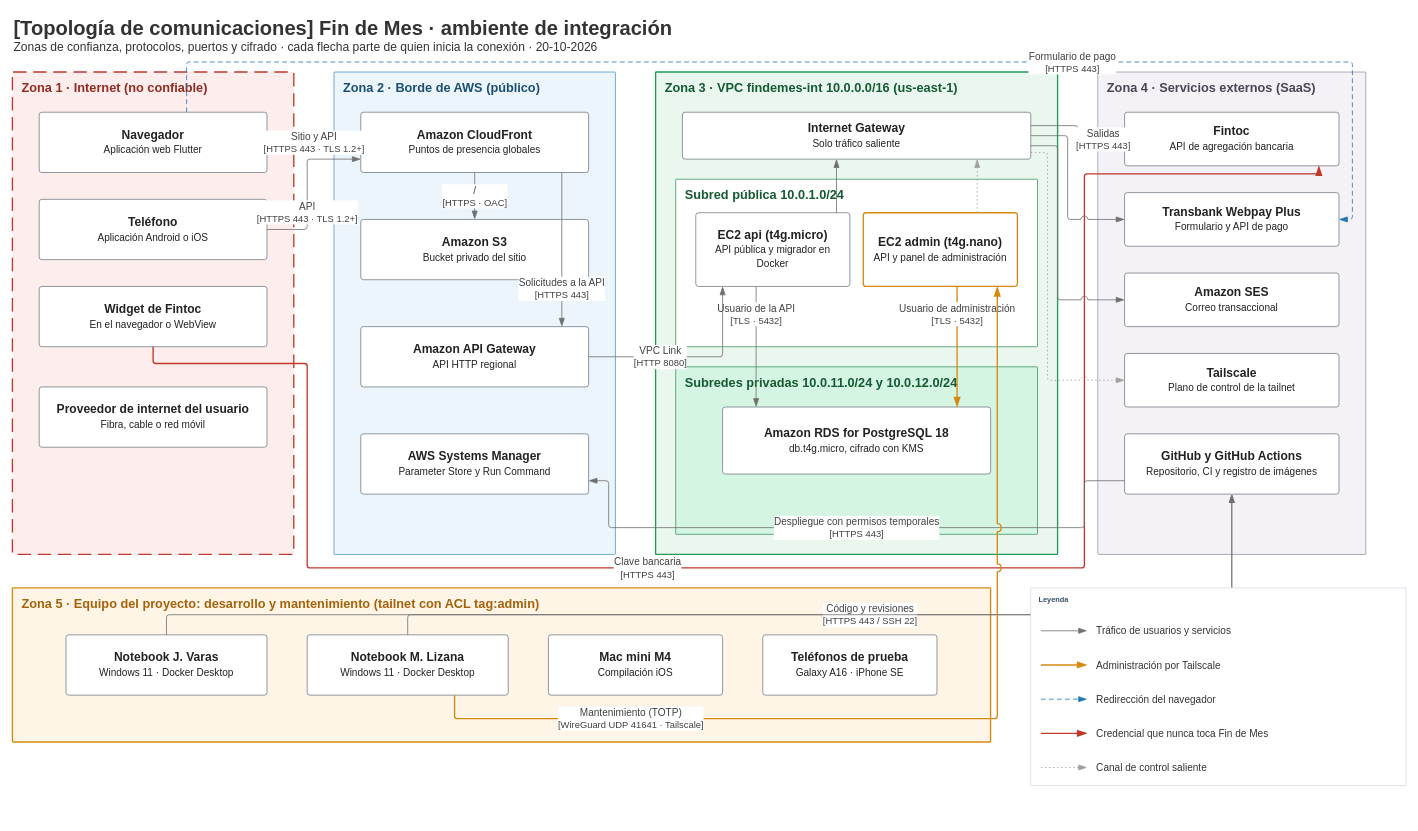
The draw.io diagram docs/diagrams/architecture/topologia-comunicaciones.drawio in offlnr/findemes, before the edit. Source tidied: cells renumbered, new cells numbered last; positions are measured from the earlier drawing's top-left corner, leaving out a move shared by most shapes. Both pictures are drawn from the tidied source at 67%, with x=0, y=0 at pixel (12, 11).
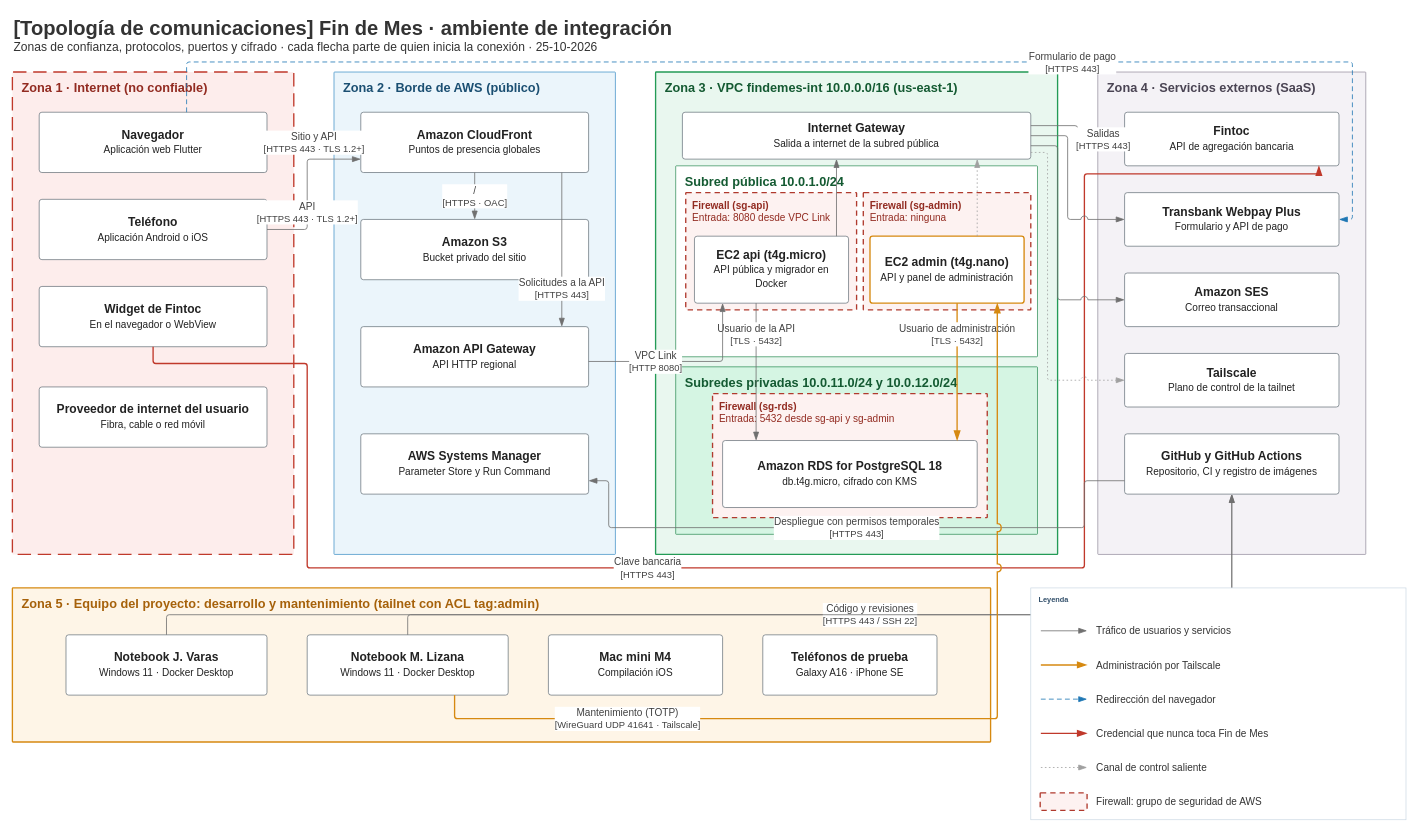
Above is the later version.

The change refers to these unchanged cells:
```xml
<mxCell id="11" value="&lt;b&gt;Amazon API Gateway&lt;/b&gt;&lt;br&gt;&lt;span style=&quot;font-size:15px&quot;&gt;API HTTP regional&lt;/span&gt;" style="rounded=1;whiteSpace=wrap;html=1;arcSize=8;absoluteArcSize=1;fillColor=#FFFFFF;strokeColor=#5B6770;fontColor=#222222;fontSize=18;spacing=6;" parent="8" vertex="1">
  <mxGeometry x="40" y="380" width="340" height="90" as="geometry" />
</mxCell>
<mxCell id="13" value="Zona 3 · VPC findemes-int 10.0.0.0/16 (us-east-1)" style="rounded=1;arcSize=2;absoluteArcSize=1;whiteSpace=wrap;html=1;align=left;verticalAlign=top;spacingLeft=12;spacingTop=6;fontSize=19;fontStyle=1;fillColor=#E9F7EF;strokeColor=#239B56;fontColor=#145A32;strokeWidth=2;" parent="1" vertex="1">
  <mxGeometry x="960" y="90" width="600" height="720" as="geometry" />
</mxCell>
<mxCell id="18" value="Subredes privadas 10.0.11.0/24 y 10.0.12.0/24" style="rounded=1;arcSize=2;absoluteArcSize=1;whiteSpace=wrap;html=1;align=left;verticalAlign=top;spacingLeft=12;spacingTop=6;fontSize=19;fontStyle=1;fillColor=#D5F5E3;strokeColor=#1E8449;fontColor=#145A32;" parent="13" vertex="1">
  <mxGeometry x="30" y="440" width="540" height="250" as="geometry" />
</mxCell>
<mxCell id="28" value="&lt;b&gt;Notebook M. Lizana&lt;/b&gt;&lt;br&gt;&lt;span style=&quot;font-size:15px&quot;&gt;Windows 11 · Docker Desktop&lt;/span&gt;" style="rounded=1;whiteSpace=wrap;html=1;arcSize=8;absoluteArcSize=1;fillColor=#FFFFFF;strokeColor=#5B6770;fontColor=#222222;fontSize=18;spacing=6;" parent="26" vertex="1">
  <mxGeometry x="440" y="70" width="300" height="90" as="geometry" />
</mxCell>
```

The edit, as a diff of the source:
```diff
@@
-    <mxCell id="2" value="&lt;span style=&quot;font-size:30px&quot;&gt;&lt;b&gt;[Topología de comunicaciones] Fin de Mes · ambiente de integración&lt;/b&gt;&lt;/span&gt;&lt;br&gt;&lt;span style=&quot;font-size:18px&quot;&gt;Zonas de confianza, protocolos, puertos y cifrado · cada flecha parte de quien inicia la conexión · 20-10-2026&lt;/span&gt;" style="text;html=1;whiteSpace=wrap;align=left;verticalAlign=top;fontColor=#333333;" parent="1" vertex="1">
+    <mxCell id="2" value="&lt;span style=&quot;font-size:30px&quot;&gt;&lt;b&gt;[Topología de comunicaciones] Fin de Mes · ambiente de integración&lt;/b&gt;&lt;/span&gt;&lt;br&gt;&lt;span style=&quot;font-size:18px&quot;&gt;Zonas de confianza, protocolos, puertos y cifrado · cada flecha parte de quien inicia la conexión · 25-10-2026&lt;/span&gt;" style="text;html=1;whiteSpace=wrap;align=left;verticalAlign=top;fontColor=#333333;" parent="1" vertex="1">
       <mxGeometry width="1900" height="90" as="geometry" />
     </mxCell>
@@
-    <mxCell id="14" value="&lt;b&gt;Internet Gateway&lt;/b&gt;&lt;br&gt;&lt;span style=&quot;font-size:15px&quot;&gt;Solo tráfico saliente&lt;/span&gt;" style="rounded=1;whiteSpace=wrap;html=1;arcSize=8;absoluteArcSize=1;fillColor=#FFFFFF;strokeColor=#5B6770;fontColor=#222222;fontSize=18;spacing=6;" parent="13" vertex="1">
+    <mxCell id="14" value="&lt;b&gt;Internet Gateway&lt;/b&gt;&lt;br&gt;&lt;span style=&quot;font-size:15px&quot;&gt;Salida a internet de la subred pública&lt;/span&gt;" style="rounded=1;whiteSpace=wrap;html=1;arcSize=8;absoluteArcSize=1;fillColor=#FFFFFF;strokeColor=#5B6770;fontColor=#222222;fontSize=18;spacing=6;" parent="13" vertex="1">
       <mxGeometry x="40" y="60" width="520" height="70" as="geometry" />
     </mxCell>
     <mxCell id="15" value="Subred pública 10.0.1.0/24" style="rounded=1;arcSize=2;absoluteArcSize=1;whiteSpace=wrap;html=1;align=left;verticalAlign=top;spacingLeft=12;spacingTop=6;fontSize=19;fontStyle=1;fillColor=#FFFFFF;strokeColor=#1E8449;fontColor=#145A32;" parent="13" vertex="1">
-      <mxGeometry x="30" y="160" width="540" height="250" as="geometry" />
+      <mxGeometry x="30" y="140" width="540" height="285" as="geometry" />
     </mxCell>
+    <mxCell id="71" value="&lt;b&gt;Firewall (sg-api)&lt;/b&gt;&lt;br&gt;Entrada: 8080 desde VPC Link" style="rounded=1;arcSize=2;absoluteArcSize=1;whiteSpace=wrap;html=1;fillColor=#FDF2F1;strokeColor=#B03A2E;fontColor=#922B21;dashed=1;dashPattern=4 3;strokeWidth=2;align=left;verticalAlign=top;spacingLeft=8;spacingTop=4;fontSize=15;" parent="15" vertex="1">
+      <mxGeometry x="15" y="40" width="255" height="175" as="geometry" />
+    </mxCell>
-    <mxCell id="16" value="&lt;b&gt;EC2 api (t4g.micro)&lt;/b&gt;&lt;br&gt;&lt;span style=&quot;font-size:15px&quot;&gt;API pública y migrador en Docker&lt;/span&gt;" style="rounded=1;whiteSpace=wrap;html=1;arcSize=8;absoluteArcSize=1;fillColor=#FFFFFF;strokeColor=#5B6770;fontColor=#222222;fontSize=18;spacing=6;" parent="15" vertex="1">
-      <mxGeometry x="30" y="50" width="230" height="110" as="geometry" />
+    <mxCell id="16" value="&lt;b&gt;EC2 api (t4g.micro)&lt;/b&gt;&lt;br&gt;&lt;span style=&quot;font-size:15px&quot;&gt;API pública y migrador en Docker&lt;/span&gt;" style="rounded=1;whiteSpace=wrap;html=1;arcSize=8;absoluteArcSize=1;fillColor=#FFFFFF;strokeColor=#5B6770;fontColor=#222222;fontSize=18;spacing=6;" parent="71" vertex="1">
+      <mxGeometry x="13" y="65" width="230" height="100" as="geometry" />
     </mxCell>
+    <mxCell id="72" value="&lt;b&gt;Firewall (sg-admin)&lt;/b&gt;&lt;br&gt;Entrada: ninguna" style="rounded=1;arcSize=2;absoluteArcSize=1;whiteSpace=wrap;html=1;fillColor=#FDF2F1;strokeColor=#B03A2E;fontColor=#922B21;dashed=1;dashPattern=4 3;strokeWidth=2;align=left;verticalAlign=top;spacingLeft=8;spacingTop=4;fontSize=15;" parent="15" vertex="1">
+      <mxGeometry x="280" y="40" width="250" height="175" as="geometry" />
+    </mxCell>
-    <mxCell id="17" value="&lt;b&gt;EC2 admin (t4g.nano)&lt;/b&gt;&lt;br&gt;&lt;span style=&quot;font-size:15px&quot;&gt;API y panel de administración&lt;/span&gt;" style="rounded=1;whiteSpace=wrap;html=1;arcSize=8;absoluteArcSize=1;fillColor=#FFFFFF;strokeColor=#5B6770;fontColor=#222222;fontSize=18;spacing=6;strokeColor=#D68910;strokeWidth=2;" parent="15" vertex="1">
-      <mxGeometry x="280" y="50" width="230" height="110" as="geometry" />
+    <mxCell id="17" value="&lt;b&gt;EC2 admin (t4g.nano)&lt;/b&gt;&lt;br&gt;&lt;span style=&quot;font-size:15px&quot;&gt;API y panel de administración&lt;/span&gt;" style="rounded=1;whiteSpace=wrap;html=1;arcSize=8;absoluteArcSize=1;fillColor=#FFFFFF;strokeColor=#5B6770;fontColor=#222222;fontSize=18;spacing=6;strokeColor=#D68910;strokeWidth=2;" parent="72" vertex="1">
+      <mxGeometry x="10" y="65" width="230" height="100" as="geometry" />
     </mxCell>
@@
+    <mxCell id="73" value="&lt;b&gt;Firewall (sg-rds)&lt;/b&gt;&lt;br&gt;Entrada: 5432 desde sg-api y sg-admin" style="rounded=1;arcSize=2;absoluteArcSize=1;whiteSpace=wrap;html=1;fillColor=#FDF2F1;strokeColor=#B03A2E;fontColor=#922B21;dashed=1;dashPattern=4 3;strokeWidth=2;align=left;verticalAlign=top;spacingLeft=8;spacingTop=4;fontSize=15;" parent="18" vertex="1">
+      <mxGeometry x="55" y="40" width="410" height="185" as="geometry" />
+    </mxCell>
-    <mxCell id="19" value="&lt;b&gt;Amazon RDS for PostgreSQL 18&lt;/b&gt;&lt;br&gt;&lt;span style=&quot;font-size:15px&quot;&gt;db.t4g.micro, cifrado con KMS&lt;/span&gt;" style="rounded=1;whiteSpace=wrap;html=1;arcSize=8;absoluteArcSize=1;fillColor=#FFFFFF;strokeColor=#5B6770;fontColor=#222222;fontSize=18;spacing=6;" parent="18" vertex="1">
-      <mxGeometry x="70" y="60" width="400" height="100" as="geometry" />
+    <mxCell id="19" value="&lt;b&gt;Amazon RDS for PostgreSQL 18&lt;/b&gt;&lt;br&gt;&lt;span style=&quot;font-size:15px&quot;&gt;db.t4g.micro, cifrado con KMS&lt;/span&gt;" style="rounded=1;whiteSpace=wrap;html=1;arcSize=8;absoluteArcSize=1;fillColor=#FFFFFF;strokeColor=#5B6770;fontColor=#222222;fontSize=18;spacing=6;" parent="73" vertex="1">
+      <mxGeometry x="15" y="70" width="380" height="100" as="geometry" />
     </mxCell>
@@
-    <mxCell id="37" value="VPC Link&lt;br&gt;&lt;span style=&quot;font-size:14px&quot;&gt;[HTTP 8080]&lt;/span&gt;" style="endArrow=blockThin;endFill=1;endSize=10;html=1;fontSize=15;fontColor=#404040;strokeColor=#707070;strokeWidth=1.2;rounded=1;arcSize=8;edgeStyle=orthogonalEdgeStyle;jumpStyle=arc;jumpSize=10;labelBackgroundColor=#FFFFFF;exitX=1;exitY=0.5;exitDx=0;exitDy=0;entryX=0.1739;entryY=1;entryDx=0;entryDy=0;" parent="1" edge="1" source="11" target="16">
+    <mxCell id="37" value="VPC Link&lt;br&gt;&lt;span style=&quot;font-size:14px&quot;&gt;[HTTP 8080]&lt;/span&gt;" style="endArrow=blockThin;endFill=1;endSize=10;html=1;fontSize=15;fontColor=#404040;strokeColor=#707070;strokeWidth=1.2;rounded=1;arcSize=8;edgeStyle=orthogonalEdgeStyle;jumpStyle=arc;jumpSize=10;labelBackgroundColor=#FFFFFF;exitX=1;exitY=0.5778;exitDx=0;exitDy=0;entryX=0.1826;entryY=1;entryDx=0;entryDy=0;" parent="1" edge="1" source="11" target="16">
       <mxGeometry x="-0.3" relative="1" as="geometry">
         <Array as="points">
-          <mxPoint x="1060" y="515" />
+          <mxPoint x="1060" y="522" />
         </Array>
       </mxGeometry>
     </mxCell>
-    <mxCell id="38" value="Usuario de la API&lt;br&gt;&lt;span style=&quot;font-size:14px&quot;&gt;[TLS · 5432]&lt;/span&gt;" style="endArrow=blockThin;endFill=1;endSize=10;html=1;fontSize=15;fontColor=#404040;strokeColor=#707070;strokeWidth=1.2;rounded=1;arcSize=8;edgeStyle=orthogonalEdgeStyle;jumpStyle=arc;jumpSize=10;labelBackgroundColor=#FFFFFF;exitX=0.3913;exitY=1;exitDx=0;exitDy=0;entryX=0.125;entryY=0;entryDx=0;entryDy=0;" parent="13" edge="1" source="16" target="19">
+    <mxCell id="38" value="Usuario de la API&lt;br&gt;&lt;span style=&quot;font-size:14px&quot;&gt;[TLS · 5432]&lt;/span&gt;" style="endArrow=blockThin;endFill=1;endSize=10;html=1;fontSize=15;fontColor=#404040;strokeColor=#707070;strokeWidth=1.2;rounded=1;arcSize=8;edgeStyle=orthogonalEdgeStyle;jumpStyle=arc;jumpSize=10;labelBackgroundColor=#FFFFFF;exitX=0.4;exitY=1;exitDx=0;exitDy=0;entryX=0.1316;entryY=0;entryDx=0;entryDy=0;" parent="13" edge="1" source="16" target="19">
       <mxGeometry x="-0.55" relative="1" as="geometry" />
     </mxCell>
-    <mxCell id="39" value="Usuario de administración&lt;br&gt;&lt;span style=&quot;font-size:14px&quot;&gt;[TLS · 5432]&lt;/span&gt;" style="endArrow=blockThin;endFill=1;endSize=10;html=1;fontSize=15;fontColor=#404040;strokeColor=#D68910;strokeWidth=2;rounded=1;arcSize=8;edgeStyle=orthogonalEdgeStyle;jumpStyle=arc;jumpSize=10;labelBackgroundColor=#FFFFFF;exitX=0.6087;exitY=1;exitDx=0;exitDy=0;entryX=0.875;entryY=0;entryDx=0;entryDy=0;" parent="13" edge="1" source="17" target="19">
+    <mxCell id="39" value="Usuario de administración&lt;br&gt;&lt;span style=&quot;font-size:14px&quot;&gt;[TLS · 5432]&lt;/span&gt;" style="endArrow=blockThin;endFill=1;endSize=10;html=1;fontSize=15;fontColor=#404040;strokeColor=#D68910;strokeWidth=2;rounded=1;arcSize=8;edgeStyle=orthogonalEdgeStyle;jumpStyle=arc;jumpSize=10;labelBackgroundColor=#FFFFFF;exitX=0.5652;exitY=1;exitDx=0;exitDy=0;entryX=0.9211;entryY=0;entryDx=0;entryDy=0;" parent="13" edge="1" source="17" target="19">
       <mxGeometry x="-0.55" relative="1" as="geometry" />
     </mxCell>
-    <mxCell id="40" style="endArrow=blockThin;endFill=1;endSize=10;html=1;fontSize=15;fontColor=#404040;strokeColor=#707070;strokeWidth=1.2;rounded=1;arcSize=8;edgeStyle=orthogonalEdgeStyle;jumpStyle=arc;jumpSize=10;labelBackgroundColor=#FFFFFF;exitX=0.913;exitY=0;exitDx=0;exitDy=0;entryX=0.4423;entryY=1;entryDx=0;entryDy=0;" parent="13" edge="1" source="16" target="14">
+    <mxCell id="40" style="endArrow=blockThin;endFill=1;endSize=10;html=1;fontSize=15;fontColor=#404040;strokeColor=#707070;strokeWidth=1.2;rounded=1;arcSize=8;edgeStyle=orthogonalEdgeStyle;jumpStyle=arc;jumpSize=10;labelBackgroundColor=#FFFFFF;exitX=0.9217;exitY=0;exitDx=0;exitDy=0;entryX=0.4423;entryY=1;entryDx=0;entryDy=0;" parent="13" edge="1" source="16" target="14">
       <mxGeometry relative="1" as="geometry" />
     </mxCell>
-    <mxCell id="41" style="endArrow=blockThin;endFill=1;endSize=10;html=1;fontSize=15;fontColor=#404040;strokeColor=#A0A0A0;strokeWidth=1.2;rounded=1;arcSize=8;edgeStyle=orthogonalEdgeStyle;jumpStyle=arc;jumpSize=10;labelBackgroundColor=#FFFFFF;dashed=1;dashPattern=2 3;exitX=0.7391;exitY=0;exitDx=0;exitDy=0;entryX=0.8462;entryY=1;entryDx=0;entryDy=0;" parent="13" edge="1" source="17" target="14">
+    <mxCell id="41" style="endArrow=blockThin;endFill=1;endSize=10;html=1;fontSize=15;fontColor=#404040;strokeColor=#A0A0A0;strokeWidth=1.2;rounded=1;arcSize=8;edgeStyle=orthogonalEdgeStyle;jumpStyle=arc;jumpSize=10;labelBackgroundColor=#FFFFFF;dashed=1;dashPattern=2 3;exitX=0.6957;exitY=0;exitDx=0;exitDy=0;entryX=0.8462;entryY=1;entryDx=0;entryDy=0;" parent="13" edge="1" source="17" target="14">
       <mxGeometry relative="1" as="geometry" />
     </mxCell>
@@
-    <mxCell id="49" value="Mantenimiento (TOTP)&lt;br&gt;&lt;span style=&quot;font-size:14px&quot;&gt;[WireGuard UDP 41641 · Tailscale]&lt;/span&gt;" style="endArrow=blockThin;endFill=1;endSize=10;html=1;fontSize=15;fontColor=#404040;strokeColor=#D68910;strokeWidth=2;rounded=1;arcSize=8;edgeStyle=orthogonalEdgeStyle;jumpStyle=arc;jumpSize=10;labelBackgroundColor=#FFFFFF;exitX=0.7333;exitY=1;exitDx=0;exitDy=0;entryX=0.8696;entryY=1;entryDx=0;entryDy=0;" parent="1" edge="1" source="28" target="17">
+    <mxCell id="49" value="Mantenimiento (TOTP)&lt;br&gt;&lt;span style=&quot;font-size:14px&quot;&gt;[WireGuard UDP 41641 · Tailscale]&lt;/span&gt;" style="endArrow=blockThin;endFill=1;endSize=10;html=1;fontSize=15;fontColor=#404040;strokeColor=#D68910;strokeWidth=2;rounded=1;arcSize=8;edgeStyle=orthogonalEdgeStyle;jumpStyle=arc;jumpSize=10;labelBackgroundColor=#FFFFFF;exitX=0.7333;exitY=1;exitDx=0;exitDy=0;entryX=0.8261;entryY=1;entryDx=0;entryDy=0;" parent="1" edge="1" source="28" target="17">
       <mxGeometry x="-0.6" relative="1" as="geometry">
         <Array as="points">
           <mxPoint x="660" y="1055" />
           <mxPoint x="1470" y="1055" />
         </Array>
       </mxGeometry>
     </mxCell>
     <mxCell id="50" value="&lt;b&gt;Leyenda&lt;/b&gt;" style="rounded=0;whiteSpace=wrap;html=1;fillColor=#FFFFFF;strokeColor=#C9D6E2;fontColor=#33506B;align=left;verticalAlign=top;spacingLeft=10;spacingTop=4;fontSize=11;fontStyle=1;" parent="1" vertex="1">
-      <mxGeometry x="1520" y="860" width="560" height="295" as="geometry" />
+      <mxGeometry x="1520" y="860" width="560" height="346" as="geometry" />
     </mxCell>
@@
+    <mxCell id="74" style="rounded=1;arcSize=2;absoluteArcSize=1;whiteSpace=wrap;html=1;fillColor=#FDF2F1;strokeColor=#B03A2E;fontColor=#922B21;dashed=1;dashPattern=4 3;strokeWidth=2;align=left;verticalAlign=top;spacingLeft=8;spacingTop=4;fontSize=15;" parent="50" vertex="1">
+      <mxGeometry x="14" y="306" width="70" height="26" as="geometry" />
+    </mxCell>
+    <mxCell id="75" value="Firewall: grupo de seguridad de AWS" style="text;html=1;whiteSpace=wrap;align=left;verticalAlign=top;fontColor=#333333;verticalAlign=middle;fontSize=15;" parent="50" vertex="1">
+      <mxGeometry x="96" y="304" width="454" height="30" as="geometry" />
+    </mxCell>
```
